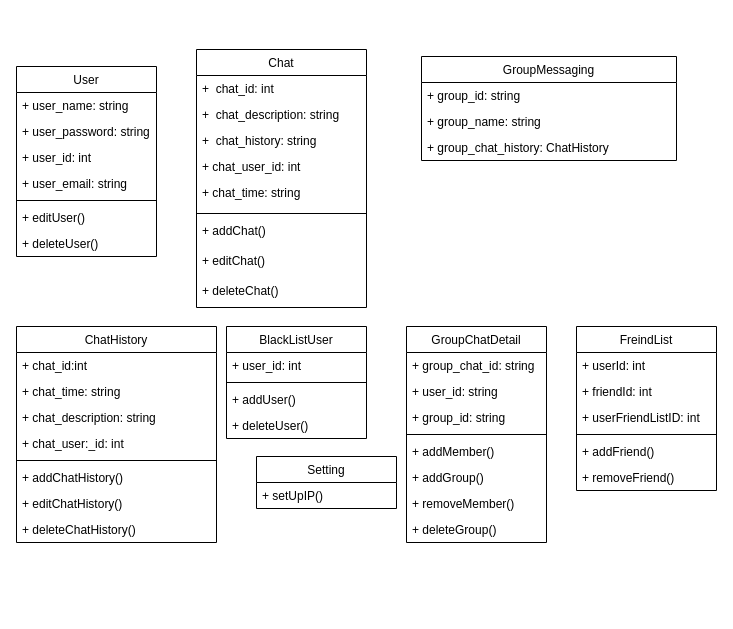
Before: Untitled Diagram.drawio in Tekky0001/hello-world, a draw.io diagram. Source tidied: cells renumbered, new cells numbered last; positions are measured from the earlier drawing's top-left corner, leaving out a move shared by most shapes. Both pictures are drawn from the tidied source at 100%, with x=0, y=0 at pixel (16, 49).
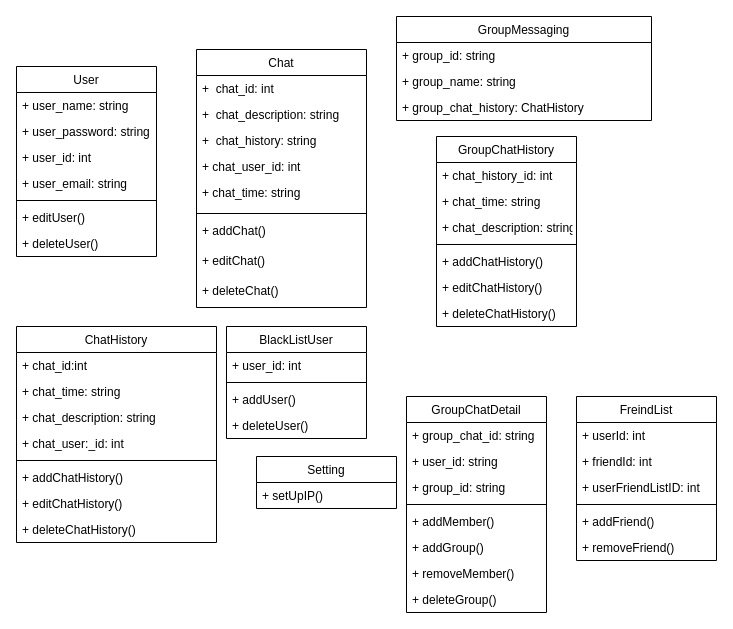
The same page after the edit.

Change to the diagram source:
```diff
@@
     <mxCell id="11" value="GroupMessaging" style="swimlane;fontStyle=0;horizontal=1;startSize=26;fillColor=none;" parent="1" vertex="1">
-      <mxGeometry x="405" y="7" width="255" height="104" as="geometry" />
+      <mxGeometry x="380" y="-33" width="255" height="104" as="geometry" />
     </mxCell>
@@
     <mxCell id="38" value="GroupChatDetail" style="swimlane;fontStyle=0;horizontal=1;startSize=26;fillColor=none;" parent="1" vertex="1">
-      <mxGeometry x="390" y="277" width="140" height="216" as="geometry" />
+      <mxGeometry x="390" y="347" width="140" height="216" as="geometry" />
     </mxCell>
@@
     <mxCell id="49" value="FreindList" style="swimlane;fontStyle=0;horizontal=1;startSize=26;fillColor=none;" parent="1" vertex="1">
-      <mxGeometry x="560" y="277" width="140" height="164" as="geometry" />
+      <mxGeometry x="560" y="347" width="140" height="164" as="geometry" />
     </mxCell>
@@
+    <mxCell id="56" value="GroupChatHistory" style="swimlane;fontStyle=0;horizontal=1;startSize=26;fillColor=none;" parent="1" vertex="1">
+      <mxGeometry x="420" y="87" width="140" height="190" as="geometry" />
+    </mxCell>
+    <mxCell id="57" value="+ chat_history_id: int" style="text;strokeColor=none;fillColor=none;align=left;verticalAlign=top;spacingLeft=4;spacingRight=4;overflow=hidden;" parent="56" vertex="1">
+      <mxGeometry y="26" width="140" height="26" as="geometry" />
+    </mxCell>
+    <mxCell id="58" value="+ chat_time: string" style="text;strokeColor=none;fillColor=none;align=left;verticalAlign=top;spacingLeft=4;spacingRight=4;overflow=hidden;" parent="56" vertex="1">
+      <mxGeometry y="52" width="140" height="26" as="geometry" />
+    </mxCell>
+    <mxCell id="59" value="+ chat_description: string" style="text;strokeColor=none;fillColor=none;align=left;verticalAlign=top;spacingLeft=4;spacingRight=4;overflow=hidden;" parent="56" vertex="1">
+      <mxGeometry y="78" width="140" height="26" as="geometry" />
+    </mxCell>
+    <mxCell id="60" style="line;strokeWidth=1;fillColor=none;align=left;verticalAlign=middle;spacingTop=-1;spacingLeft=3;spacingRight=3;labelPosition=right;" parent="56" vertex="1">
+      <mxGeometry y="104" width="140" height="8" as="geometry" />
+    </mxCell>
+    <mxCell id="61" value="+ addChatHistory()" style="text;strokeColor=none;fillColor=none;align=left;verticalAlign=top;spacingLeft=4;spacingRight=4;overflow=hidden;" parent="56" vertex="1">
+      <mxGeometry y="112" width="140" height="26" as="geometry" />
+    </mxCell>
+    <mxCell id="62" value="+ editChatHistory()" style="text;strokeColor=none;fillColor=none;align=left;verticalAlign=top;spacingLeft=4;spacingRight=4;overflow=hidden;" parent="56" vertex="1">
+      <mxGeometry y="138" width="140" height="26" as="geometry" />
+    </mxCell>
+    <mxCell id="63" value="+ deleteChatHistory()" style="text;strokeColor=none;fillColor=none;align=left;verticalAlign=top;spacingLeft=4;spacingRight=4;overflow=hidden;" parent="56" vertex="1">
+      <mxGeometry y="164" width="140" height="26" as="geometry" />
+    </mxCell>
```
